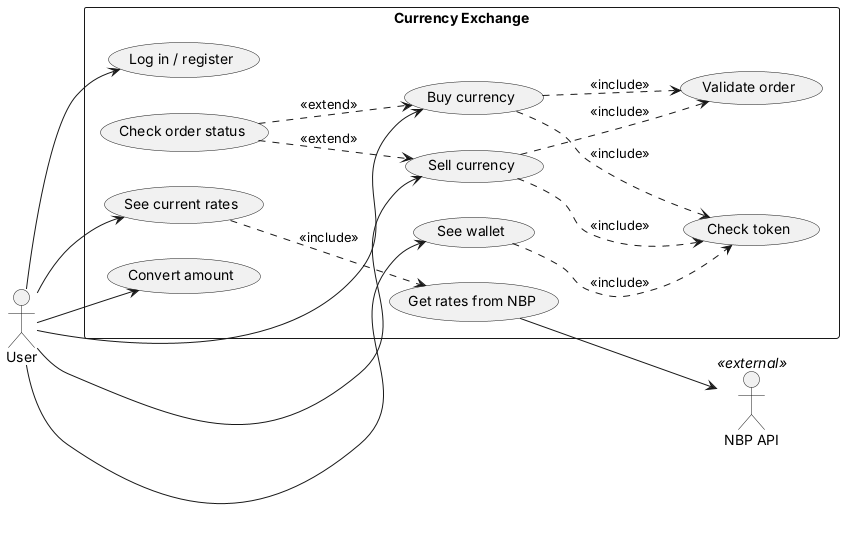
Earlier version of the PlantUML export docs/diagrams/use-cases.png (olezhakashz/currency-exchange). Source of this version:
```plantuml
@startuml use-cases
left to right direction
skinparam monochrome true
skinparam shadowing false

actor User
actor "NBP API" as NBP <<external>>

rectangle "Currency Exchange" {
  usecase "Log in / register" as UC1
  usecase "See current rates" as UC2
  usecase "Convert amount" as UC4
  usecase "See wallet" as UC5
  usecase "Buy currency" as UC7
  usecase "Sell currency" as UC8
  usecase "Check order status" as UC10
  usecase "Get rates from NBP" as UC11
  usecase "Check token" as AUTH
  usecase "Validate order" as VAL
}

User --> UC1
User --> UC2
User --> UC4
User --> UC5
User --> UC7
User --> UC8

UC5 ..> AUTH : <<include>>
UC7 ..> AUTH : <<include>>
UC8 ..> AUTH : <<include>>
UC7 ..> VAL : <<include>>
UC8 ..> VAL : <<include>>
UC10 ..> UC7 : <<extend>>
UC10 ..> UC8 : <<extend>>
UC2 ..> UC11 : <<include>>
UC11 --> NBP
@enduml
```
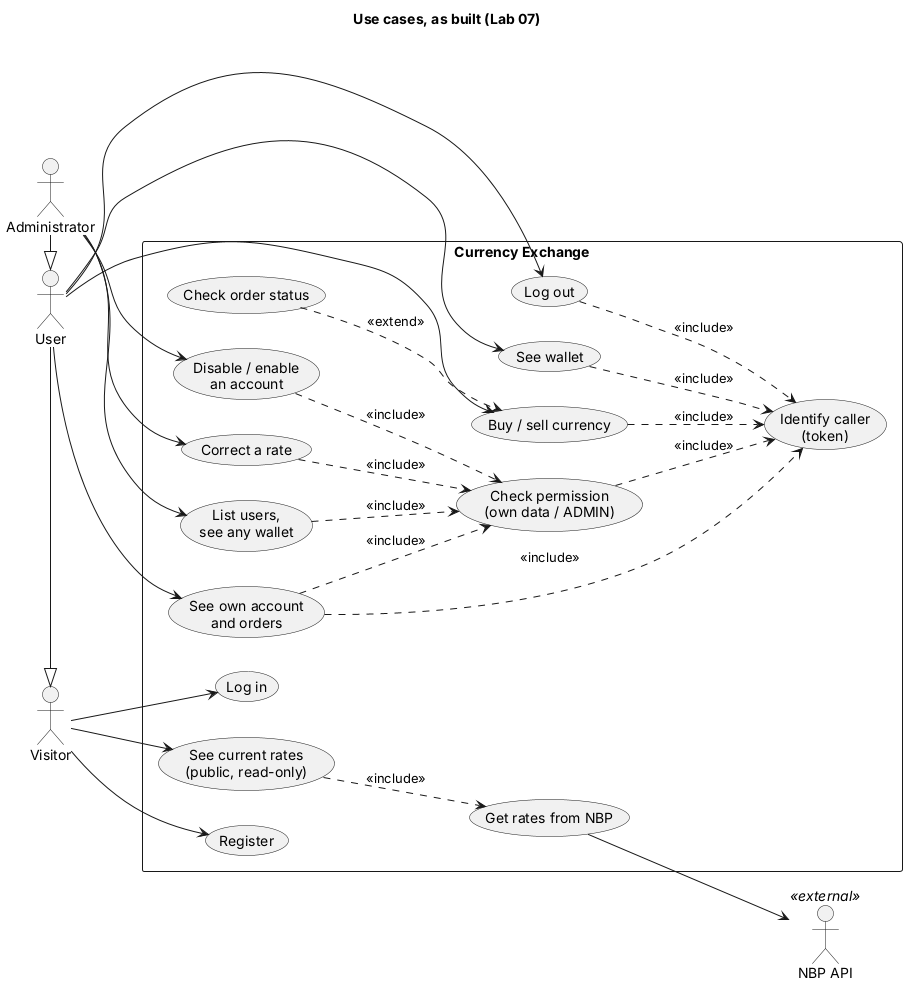
The same file after the commit.

The edit, as a diff of the source:
```diff
@@ -2,37 +2,53 @@
 left to right direction
 skinparam monochrome true
 skinparam shadowing false
+title Use cases, as built (Lab 07)
 
+actor Visitor
 actor User
+actor Administrator as Admin
 actor "NBP API" as NBP <<external>>
+User -|> Visitor
+Admin -|> User
 
 rectangle "Currency Exchange" {
-  usecase "Log in / register" as UC1
-  usecase "See current rates" as UC2
-  usecase "Convert amount" as UC4
+  usecase "Register" as REG
+  usecase "Log in" as LOGIN
+  usecase "See current rates\n(public, read-only)" as UC2
+  usecase "Log out" as LOGOUT
+  usecase "See own account\nand orders" as ACC
   usecase "See wallet" as UC5
-  usecase "Buy currency" as UC7
-  usecase "Sell currency" as UC8
+  usecase "Buy / sell currency" as UC7
   usecase "Check order status" as UC10
+  usecase "List users,\nsee any wallet" as ADM1
+  usecase "Disable / enable\nan account" as ADM2
+  usecase "Correct a rate" as ADM3
+  usecase "Identify caller\n(token)" as AUTH
+  usecase "Check permission\n(own data / ADMIN)" as PERM
   usecase "Get rates from NBP" as UC11
-  usecase "Check token" as AUTH
-  usecase "Validate order" as VAL
 }
 
-User --> UC1
-User --> UC2
-User --> UC4
+Visitor --> REG
+Visitor --> LOGIN
+Visitor --> UC2
+User --> LOGOUT
+User --> ACC
 User --> UC5
 User --> UC7
-User --> UC8
+Admin --> ADM1
+Admin --> ADM2
+Admin --> ADM3
 
+ACC ..> AUTH : <<include>>
 UC5 ..> AUTH : <<include>>
 UC7 ..> AUTH : <<include>>
-UC8 ..> AUTH : <<include>>
-UC7 ..> VAL : <<include>>
-UC8 ..> VAL : <<include>>
+LOGOUT ..> AUTH : <<include>>
+ADM1 ..> PERM : <<include>>
+ADM2 ..> PERM : <<include>>
+ADM3 ..> PERM : <<include>>
+ACC ..> PERM : <<include>>
+PERM ..> AUTH : <<include>>
 UC10 ..> UC7 : <<extend>>
-UC10 ..> UC8 : <<extend>>
 UC2 ..> UC11 : <<include>>
 UC11 --> NBP
 @enduml
```
